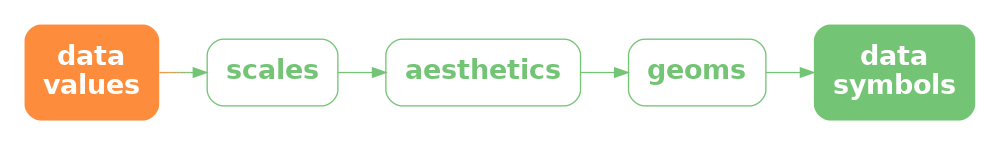
pmur002/hdvw keeps this Graphviz diagram as Diagrams/data-scale-aes-geom-sym.png. Above is the earlier version. Its source is kept beside it as Diagrams/data-scale-aes-geom-sym.dot.
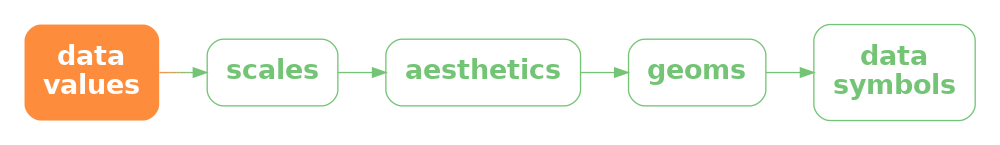
After the commit.

Diff of the diagram source:
```diff
@@ -6,9 +6,9 @@
   aes [ label="aesthetics"; shape=box; style=rounded; color="#74C476"; fontcolor="#74C476" ]
   geom [ label="geoms"; shape=box; style=rounded; color="#74C476"; fontcolor="#74C476" ]
   sym [ label="data\nsymbols"; shape=box;
-     style="filled, rounded"; penwidth=0; fontcolor=white; fillcolor="#74C476" ]
-  data -> scale [ color="#FD8D3C;0.1:#EE9342;0.1:#DF9949;0.1:#CF9F4F;0.1:#C0A556;0.1:#B1AC5C;0.1:#A2B263;0.1:#92B869;0.1:#83BE70;0.1:#74C476;0.1" ]
-  scale -> aes [ color="#74C476" ]
-  aes -> geom [ color="#74C476" ]
-  geom -> sym [ color="#74C476" ]
+     style="rounded"; color="#74C476"; fontcolor="#74C476" ]
+  data -> scale [ style="bold"; penwidth=1; color="#FD8D3C;0.1:#EE9342;0.1:#DF9949;0.1:#CF9F4F;0.1:#C0A556;0.1:#B1AC5C;0.1:#A2B263;0.1:#92B869;0.1:#83BE70;0.1:#74C476;0.1" ]
+  scale -> aes [ style="solid", color="#74C476" ]
+  aes -> geom [ style="solid", color="#74C476" ]
+  geom -> sym [ style="solid", color="#74C476" ]
 }
```
